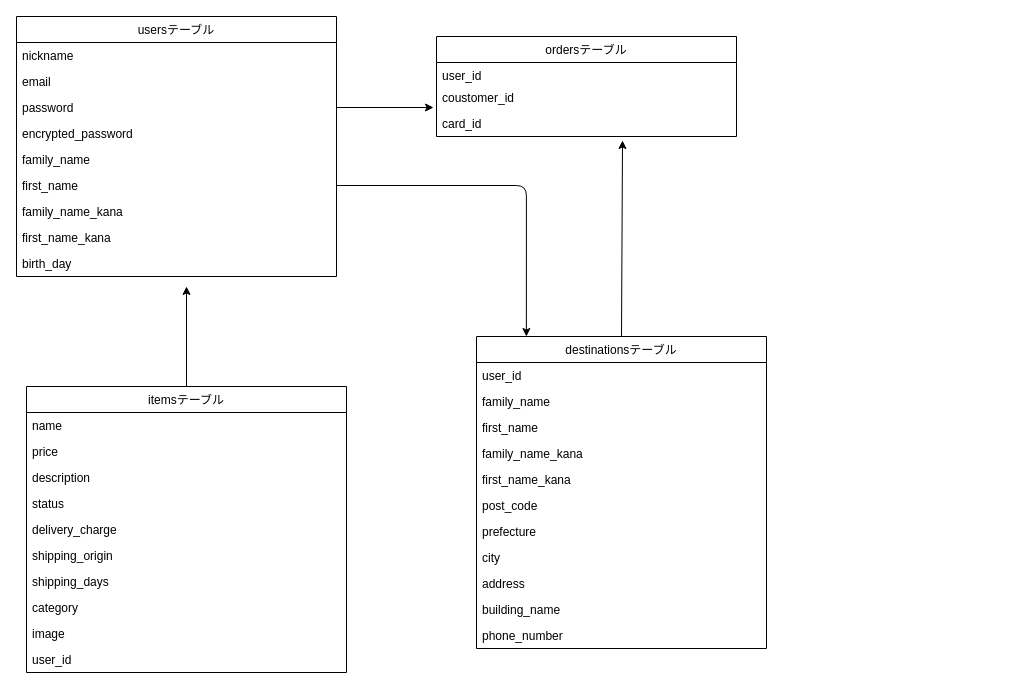
Earlier version of the draw.io diagram app/views/er.dio (aseaseyuuki/furima-38485). Source tidied: cells renumbered, new cells numbered last; positions are measured from the earlier drawing's top-left corner, leaving out a move shared by most shapes. Both pictures are drawn from the tidied source at 100%, with x=0, y=0 at pixel (16, 16).
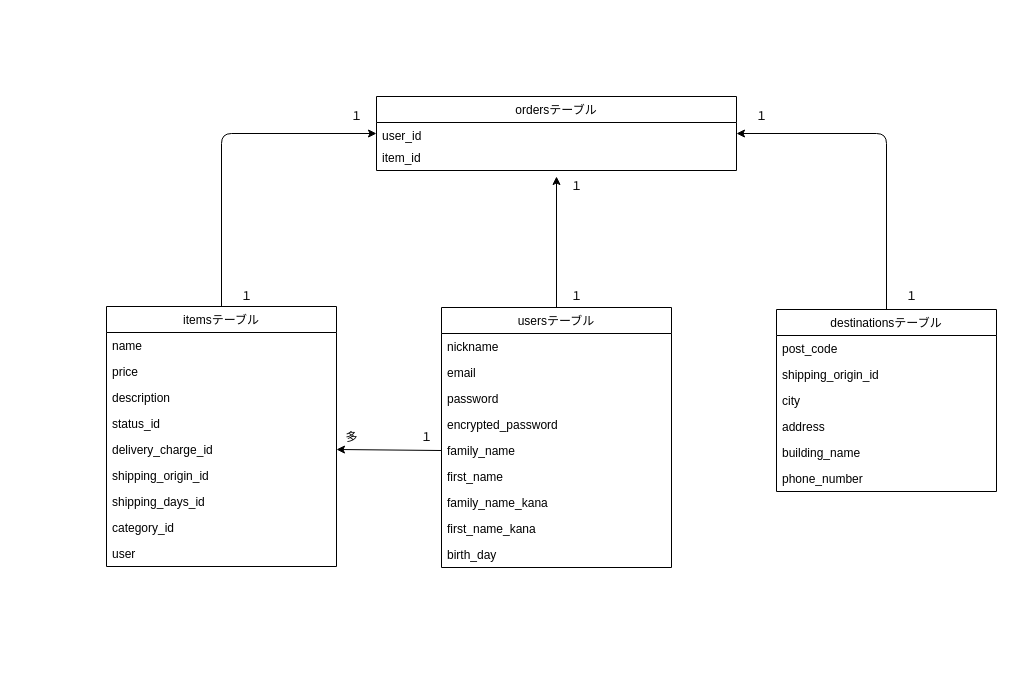
The same page after the edit.

What changed in the source:
```diff
@@
     <mxCell id="2" value="ordersテーブル" style="swimlane;fontStyle=0;horizontal=1;startSize=26;fillColor=none;" parent="1" vertex="1">
-      <mxGeometry x="420" y="20" width="300" height="100" as="geometry" />
+      <mxGeometry x="360" y="80" width="360" height="74" as="geometry" />
     </mxCell>
     <mxCell id="3" value="user_id&#10;&#10;" style="text;strokeColor=none;fillColor=none;align=left;verticalAlign=top;spacingLeft=4;spacingRight=4;overflow=hidden;points=[[0,0.5],[1,0.5]];portConstraint=eastwest;" parent="2" vertex="1">
-      <mxGeometry y="26" width="300" height="22" as="geometry" />
+      <mxGeometry y="26" width="360" height="22" as="geometry" />
     </mxCell>
-    <mxCell id="4" value="coustomer_id" style="text;strokeColor=none;fillColor=none;align=left;verticalAlign=top;spacingLeft=4;spacingRight=4;overflow=hidden;points=[[0,0.5],[1,0.5]];portConstraint=eastwest;" parent="2" vertex="1">
-      <mxGeometry y="48" width="300" height="26" as="geometry" />
-    </mxCell>
-    <mxCell id="5" value="card_id" style="text;strokeColor=none;fillColor=none;align=left;verticalAlign=top;spacingLeft=4;spacingRight=4;overflow=hidden;points=[[0,0.5],[1,0.5]];portConstraint=eastwest;" parent="2" vertex="1">
-      <mxGeometry y="74" width="300" height="26" as="geometry" />
+    <mxCell id="5" value="item_id" style="text;strokeColor=none;fillColor=none;align=left;verticalAlign=top;spacingLeft=4;spacingRight=4;overflow=hidden;points=[[0,0.5],[1,0.5]];portConstraint=eastwest;" parent="2" vertex="1">
+      <mxGeometry y="48" width="360" height="26" as="geometry" />
     </mxCell>
+    <mxCell id="43" style="edgeStyle=none;html=1;exitX=0.5;exitY=0;exitDx=0;exitDy=0;" parent="1" edge="1" source="6">
+      <mxGeometry relative="1" as="geometry">
+        <mxPoint x="540" y="160" as="targetPoint" />
+      </mxGeometry>
+    </mxCell>
     <mxCell id="6" value="usersテーブル" style="swimlane;fontStyle=0;horizontal=1;startSize=26;fillColor=none;" parent="1" vertex="1">
-      <mxGeometry width="320" height="260" as="geometry" />
+      <mxGeometry x="425" y="291" width="230" height="260" as="geometry" />
     </mxCell>
     <mxCell id="7" value="nickname&#10;&#10;" style="text;strokeColor=none;fillColor=none;align=left;verticalAlign=top;spacingLeft=4;spacingRight=4;overflow=hidden;" parent="6" vertex="1">
-      <mxGeometry y="26" width="320" height="26" as="geometry" />
+      <mxGeometry y="26" width="230" height="26" as="geometry" />
     </mxCell>
     <mxCell id="8" value="email" style="text;strokeColor=none;fillColor=none;align=left;verticalAlign=top;spacingLeft=4;spacingRight=4;overflow=hidden;" parent="6" vertex="1">
-      <mxGeometry y="52" width="320" height="26" as="geometry" />
+      <mxGeometry y="52" width="230" height="26" as="geometry" />
     </mxCell>
     <mxCell id="9" value="password&#10;" style="text;strokeColor=none;fillColor=none;align=left;verticalAlign=top;spacingLeft=4;spacingRight=4;overflow=hidden;points=[[0,0.5],[1,0.5]];portConstraint=eastwest;" parent="6" vertex="1">
-      <mxGeometry y="78" width="320" height="26" as="geometry" />
+      <mxGeometry y="78" width="230" height="26" as="geometry" />
     </mxCell>
     <mxCell id="10" value="encrypted_password" style="text;strokeColor=none;fillColor=none;align=left;verticalAlign=top;spacingLeft=4;spacingRight=4;overflow=hidden;" parent="6" vertex="1">
-      <mxGeometry y="104" width="320" height="26" as="geometry" />
+      <mxGeometry y="104" width="230" height="26" as="geometry" />
     </mxCell>
     <mxCell id="11" value="family_name" style="text;strokeColor=none;fillColor=none;align=left;verticalAlign=top;spacingLeft=4;spacingRight=4;overflow=hidden;points=[[0,0.5],[1,0.5]];portConstraint=eastwest;" parent="6" vertex="1">
-      <mxGeometry y="130" width="320" height="26" as="geometry" />
+      <mxGeometry y="130" width="230" height="26" as="geometry" />
     </mxCell>
     <mxCell id="12" value="first_name" style="text;strokeColor=none;fillColor=none;align=left;verticalAlign=top;spacingLeft=4;spacingRight=4;overflow=hidden;points=[[0,0.5],[1,0.5]];portConstraint=eastwest;" parent="6" vertex="1">
-      <mxGeometry y="156" width="320" height="26" as="geometry" />
+      <mxGeometry y="156" width="230" height="26" as="geometry" />
     </mxCell>
     <mxCell id="13" value="family_name_kana" style="text;strokeColor=none;fillColor=none;align=left;verticalAlign=top;spacingLeft=4;spacingRight=4;overflow=hidden;" parent="6" vertex="1">
-      <mxGeometry y="182" width="320" height="26" as="geometry" />
+      <mxGeometry y="182" width="230" height="26" as="geometry" />
     </mxCell>
     <mxCell id="14" value="first_name_kana" style="text;strokeColor=none;fillColor=none;align=left;verticalAlign=top;spacingLeft=4;spacingRight=4;overflow=hidden;" parent="6" vertex="1">
-      <mxGeometry y="208" width="320" height="26" as="geometry" />
+      <mxGeometry y="208" width="230" height="26" as="geometry" />
     </mxCell>
     <mxCell id="15" value="birth_day" style="text;strokeColor=none;fillColor=none;align=left;verticalAlign=top;spacingLeft=4;spacingRight=4;overflow=hidden;" parent="6" vertex="1">
-      <mxGeometry y="234" width="320" height="26" as="geometry" />
+      <mxGeometry y="234" width="230" height="26" as="geometry" />
     </mxCell>
-    <mxCell id="16" style="edgeStyle=none;html=1;exitX=0.5;exitY=0;exitDx=0;exitDy=0;" parent="1" edge="1" source="17">
-      <mxGeometry relative="1" as="geometry">
-        <mxPoint x="170" y="270" as="targetPoint" />
-      </mxGeometry>
-    </mxCell>
+    <mxCell id="44" style="edgeStyle=orthogonalEdgeStyle;html=1;exitX=0.5;exitY=0;exitDx=0;exitDy=0;entryX=0;entryY=0.5;entryDx=0;entryDy=0;" parent="1" edge="1" source="17" target="3">
+      <mxGeometry relative="1" as="geometry" />
+    </mxCell>
     <mxCell id="17" value="itemsテーブル" style="swimlane;fontStyle=0;horizontal=1;startSize=26;fillColor=none;" parent="1" vertex="1">
-      <mxGeometry x="10" y="370" width="320" height="286" as="geometry" />
+      <mxGeometry x="90" y="290" width="230" height="260" as="geometry" />
     </mxCell>
     <mxCell id="18" value="name" style="text;strokeColor=none;fillColor=none;align=left;verticalAlign=top;spacingLeft=4;spacingRight=4;overflow=hidden;" parent="17" vertex="1">
-      <mxGeometry y="26" width="320" height="26" as="geometry" />
+      <mxGeometry y="26" width="230" height="26" as="geometry" />
     </mxCell>
     <mxCell id="19" value="price" style="text;strokeColor=none;fillColor=none;align=left;verticalAlign=top;spacingLeft=4;spacingRight=4;overflow=hidden;" parent="17" vertex="1">
-      <mxGeometry y="52" width="320" height="26" as="geometry" />
+      <mxGeometry y="52" width="230" height="26" as="geometry" />
     </mxCell>
     <mxCell id="20" value="description" style="text;strokeColor=none;fillColor=none;align=left;verticalAlign=top;spacingLeft=4;spacingRight=4;overflow=hidden;" parent="17" vertex="1">
-      <mxGeometry y="78" width="320" height="26" as="geometry" />
+      <mxGeometry y="78" width="230" height="26" as="geometry" />
     </mxCell>
-    <mxCell id="21" value="status" style="text;strokeColor=none;fillColor=none;align=left;verticalAlign=top;spacingLeft=4;spacingRight=4;overflow=hidden;" parent="17" vertex="1">
-      <mxGeometry y="104" width="320" height="26" as="geometry" />
+    <mxCell id="21" value="status_id" style="text;strokeColor=none;fillColor=none;align=left;verticalAlign=top;spacingLeft=4;spacingRight=4;overflow=hidden;" parent="17" vertex="1">
+      <mxGeometry y="104" width="230" height="26" as="geometry" />
     </mxCell>
-    <mxCell id="22" value="delivery_charge" style="text;strokeColor=none;fillColor=none;align=left;verticalAlign=top;spacingLeft=4;spacingRight=4;overflow=hidden;points=[[0,0.5],[1,0.5]];portConstraint=eastwest;" parent="17" vertex="1">
-      <mxGeometry y="130" width="320" height="26" as="geometry" />
+    <mxCell id="22" value="delivery_charge_id" style="text;strokeColor=none;fillColor=none;align=left;verticalAlign=top;spacingLeft=4;spacingRight=4;overflow=hidden;points=[[0,0.5],[1,0.5]];portConstraint=eastwest;" parent="17" vertex="1">
+      <mxGeometry y="130" width="230" height="26" as="geometry" />
     </mxCell>
-    <mxCell id="23" value="shipping_origin" style="text;strokeColor=none;fillColor=none;align=left;verticalAlign=top;spacingLeft=4;spacingRight=4;overflow=hidden;" parent="17" vertex="1">
-      <mxGeometry y="156" width="320" height="26" as="geometry" />
+    <mxCell id="23" value="shipping_origin_id" style="text;strokeColor=none;fillColor=none;align=left;verticalAlign=top;spacingLeft=4;spacingRight=4;overflow=hidden;" parent="17" vertex="1">
+      <mxGeometry y="156" width="230" height="26" as="geometry" />
     </mxCell>
-    <mxCell id="24" value="shipping_days" style="text;strokeColor=none;fillColor=none;align=left;verticalAlign=top;spacingLeft=4;spacingRight=4;overflow=hidden;" parent="17" vertex="1">
-      <mxGeometry y="182" width="320" height="26" as="geometry" />
+    <mxCell id="24" value="shipping_days_id" style="text;strokeColor=none;fillColor=none;align=left;verticalAlign=top;spacingLeft=4;spacingRight=4;overflow=hidden;" parent="17" vertex="1">
+      <mxGeometry y="182" width="230" height="26" as="geometry" />
     </mxCell>
-    <mxCell id="25" value="category" style="text;strokeColor=none;fillColor=none;align=left;verticalAlign=top;spacingLeft=4;spacingRight=4;overflow=hidden;" parent="17" vertex="1">
-      <mxGeometry y="208" width="320" height="26" as="geometry" />
+    <mxCell id="25" value="category_id" style="text;strokeColor=none;fillColor=none;align=left;verticalAlign=top;spacingLeft=4;spacingRight=4;overflow=hidden;" parent="17" vertex="1">
+      <mxGeometry y="208" width="230" height="26" as="geometry" />
     </mxCell>
-    <mxCell id="26" value="image" style="text;strokeColor=none;fillColor=none;align=left;verticalAlign=top;spacingLeft=4;spacingRight=4;overflow=hidden;" parent="17" vertex="1">
-      <mxGeometry y="234" width="320" height="26" as="geometry" />
-    </mxCell>
-    <mxCell id="27" value="user_id" style="text;strokeColor=none;fillColor=none;align=left;verticalAlign=top;spacingLeft=4;spacingRight=4;overflow=hidden;" parent="17" vertex="1">
-      <mxGeometry y="260" width="320" height="26" as="geometry" />
+    <mxCell id="27" value="user" style="text;strokeColor=none;fillColor=none;align=left;verticalAlign=top;spacingLeft=4;spacingRight=4;overflow=hidden;" parent="17" vertex="1">
+      <mxGeometry y="234" width="230" height="26" as="geometry" />
     </mxCell>
-    <mxCell id="28" style="edgeStyle=none;html=1;exitX=0.5;exitY=0;exitDx=0;exitDy=0;entryX=0.62;entryY=1.154;entryDx=0;entryDy=0;entryPerimeter=0;" parent="1" edge="1" source="29" target="5">
-      <mxGeometry relative="1" as="geometry" />
-    </mxCell>
+    <mxCell id="45" style="edgeStyle=orthogonalEdgeStyle;html=1;exitX=0.5;exitY=0;exitDx=0;exitDy=0;" parent="1" edge="1" source="29" target="3">
+      <mxGeometry relative="1" as="geometry" />
+    </mxCell>
     <mxCell id="29" value="destinationsテーブル" style="swimlane;fontStyle=0;horizontal=1;startSize=26;fillColor=none;" parent="1" vertex="1">
-      <mxGeometry x="460" y="320" width="290" height="312" as="geometry" />
+      <mxGeometry x="760" y="293" width="220" height="182" as="geometry" />
     </mxCell>
-    <mxCell id="30" value="user_id" style="text;strokeColor=none;fillColor=none;align=left;verticalAlign=top;spacingLeft=4;spacingRight=4;overflow=hidden;" parent="29" vertex="1">
-      <mxGeometry y="26" width="290" height="26" as="geometry" />
-    </mxCell>
-    <mxCell id="31" value="family_name" style="text;strokeColor=none;fillColor=none;align=left;verticalAlign=top;spacingLeft=4;spacingRight=4;overflow=hidden;" parent="29" vertex="1">
-      <mxGeometry y="52" width="290" height="26" as="geometry" />
-    </mxCell>
-    <mxCell id="32" value="first_name" style="text;strokeColor=none;fillColor=none;align=left;verticalAlign=top;spacingLeft=4;spacingRight=4;overflow=hidden;" parent="29" vertex="1">
-      <mxGeometry y="78" width="290" height="26" as="geometry" />
-    </mxCell>
-    <mxCell id="33" value="family_name_kana" style="text;strokeColor=none;fillColor=none;align=left;verticalAlign=top;spacingLeft=4;spacingRight=4;overflow=hidden;" parent="29" vertex="1">
-      <mxGeometry y="104" width="290" height="26" as="geometry" />
-    </mxCell>
-    <mxCell id="34" value="first_name_kana" style="text;strokeColor=none;fillColor=none;align=left;verticalAlign=top;spacingLeft=4;spacingRight=4;overflow=hidden;" parent="29" vertex="1">
-      <mxGeometry y="130" width="290" height="26" as="geometry" />
-    </mxCell>
     <mxCell id="35" value="post_code" style="text;strokeColor=none;fillColor=none;align=left;verticalAlign=top;spacingLeft=4;spacingRight=4;overflow=hidden;" parent="29" vertex="1">
-      <mxGeometry y="156" width="290" height="26" as="geometry" />
+      <mxGeometry y="26" width="220" height="26" as="geometry" />
     </mxCell>
-    <mxCell id="36" value="prefecture" style="text;strokeColor=none;fillColor=none;align=left;verticalAlign=top;spacingLeft=4;spacingRight=4;overflow=hidden;" parent="29" vertex="1">
-      <mxGeometry y="182" width="290" height="26" as="geometry" />
+    <mxCell id="36" value="shipping_origin_id" style="text;strokeColor=none;fillColor=none;align=left;verticalAlign=top;spacingLeft=4;spacingRight=4;overflow=hidden;" parent="29" vertex="1">
+      <mxGeometry y="52" width="220" height="26" as="geometry" />
     </mxCell>
     <mxCell id="37" value="city" style="text;strokeColor=none;fillColor=none;align=left;verticalAlign=top;spacingLeft=4;spacingRight=4;overflow=hidden;" parent="29" vertex="1">
-      <mxGeometry y="208" width="290" height="26" as="geometry" />
+      <mxGeometry y="78" width="220" height="26" as="geometry" />
     </mxCell>
     <mxCell id="38" value="address" style="text;strokeColor=none;fillColor=none;align=left;verticalAlign=top;spacingLeft=4;spacingRight=4;overflow=hidden;" parent="29" vertex="1">
-      <mxGeometry y="234" width="290" height="26" as="geometry" />
+      <mxGeometry y="104" width="220" height="26" as="geometry" />
     </mxCell>
     <mxCell id="39" value="building_name" style="text;strokeColor=none;fillColor=none;align=left;verticalAlign=top;spacingLeft=4;spacingRight=4;overflow=hidden;" parent="29" vertex="1">
-      <mxGeometry y="260" width="290" height="26" as="geometry" />
+      <mxGeometry y="130" width="220" height="26" as="geometry" />
     </mxCell>
     <mxCell id="40" value="phone_number" style="text;strokeColor=none;fillColor=none;align=left;verticalAlign=top;spacingLeft=4;spacingRight=4;overflow=hidden;" parent="29" vertex="1">
-      <mxGeometry y="286" width="290" height="26" as="geometry" />
+      <mxGeometry y="156" width="220" height="26" as="geometry" />
     </mxCell>
-    <mxCell id="41" style="edgeStyle=none;html=1;exitX=1;exitY=0.5;exitDx=0;exitDy=0;entryX=-0.01;entryY=0.885;entryDx=0;entryDy=0;entryPerimeter=0;" parent="1" edge="1" source="9" target="4">
-      <mxGeometry relative="1" as="geometry" />
-    </mxCell>
-    <mxCell id="42" style="edgeStyle=orthogonalEdgeStyle;html=1;exitX=1;exitY=0.5;exitDx=0;exitDy=0;entryX=0.172;entryY=0;entryDx=0;entryDy=0;entryPerimeter=0;" parent="1" edge="1" source="12" target="29">
-      <mxGeometry relative="1" as="geometry" />
-    </mxCell>
+    <mxCell id="46" style="edgeStyle=none;html=1;exitX=0;exitY=0.5;exitDx=0;exitDy=0;entryX=1;entryY=0.5;entryDx=0;entryDy=0;" parent="1" edge="1" source="11" target="22">
+      <mxGeometry relative="1" as="geometry" />
+    </mxCell>
+    <mxCell id="47" value="多" style="text;html=1;align=center;verticalAlign=middle;fillColor=none;strokeColor=none;rounded=0;" parent="1" vertex="1">
+      <mxGeometry x="320" y="411" width="30" height="20" as="geometry" />
+    </mxCell>
+    <mxCell id="48" value="１" style="text;html=1;align=center;verticalAlign=middle;fillColor=none;strokeColor=none;rounded=0;" parent="1" vertex="1">
+      <mxGeometry x="395" y="411" width="30" height="20" as="geometry" />
+    </mxCell>
+    <mxCell id="49" value="１" style="text;html=1;align=center;verticalAlign=middle;strokeColor=none;fillColor=none;" parent="1" vertex="1">
+      <mxGeometry x="545" y="160" width="30" height="20" as="geometry" />
+    </mxCell>
+    <mxCell id="50" value="１" style="text;html=1;align=center;verticalAlign=middle;strokeColor=none;fillColor=none;" parent="1" vertex="1">
+      <mxGeometry x="545" y="270" width="30" height="20" as="geometry" />
+    </mxCell>
+    <mxCell id="51" value="１" style="text;html=1;align=center;verticalAlign=middle;strokeColor=none;fillColor=none;" parent="1" vertex="1">
+      <mxGeometry x="215" y="270" width="30" height="20" as="geometry" />
+    </mxCell>
+    <mxCell id="52" value="１" style="text;html=1;align=center;verticalAlign=middle;strokeColor=none;fillColor=none;" parent="1" vertex="1">
+      <mxGeometry x="325" y="90" width="30" height="20" as="geometry" />
+    </mxCell>
+    <mxCell id="53" value="１" style="text;html=1;align=center;verticalAlign=middle;strokeColor=none;fillColor=none;" parent="1" vertex="1">
+      <mxGeometry x="730" y="90" width="30" height="20" as="geometry" />
+    </mxCell>
+    <mxCell id="54" value="１" style="text;html=1;align=center;verticalAlign=middle;strokeColor=none;fillColor=none;" parent="1" vertex="1">
+      <mxGeometry x="880" y="270" width="30" height="20" as="geometry" />
+    </mxCell>
```
